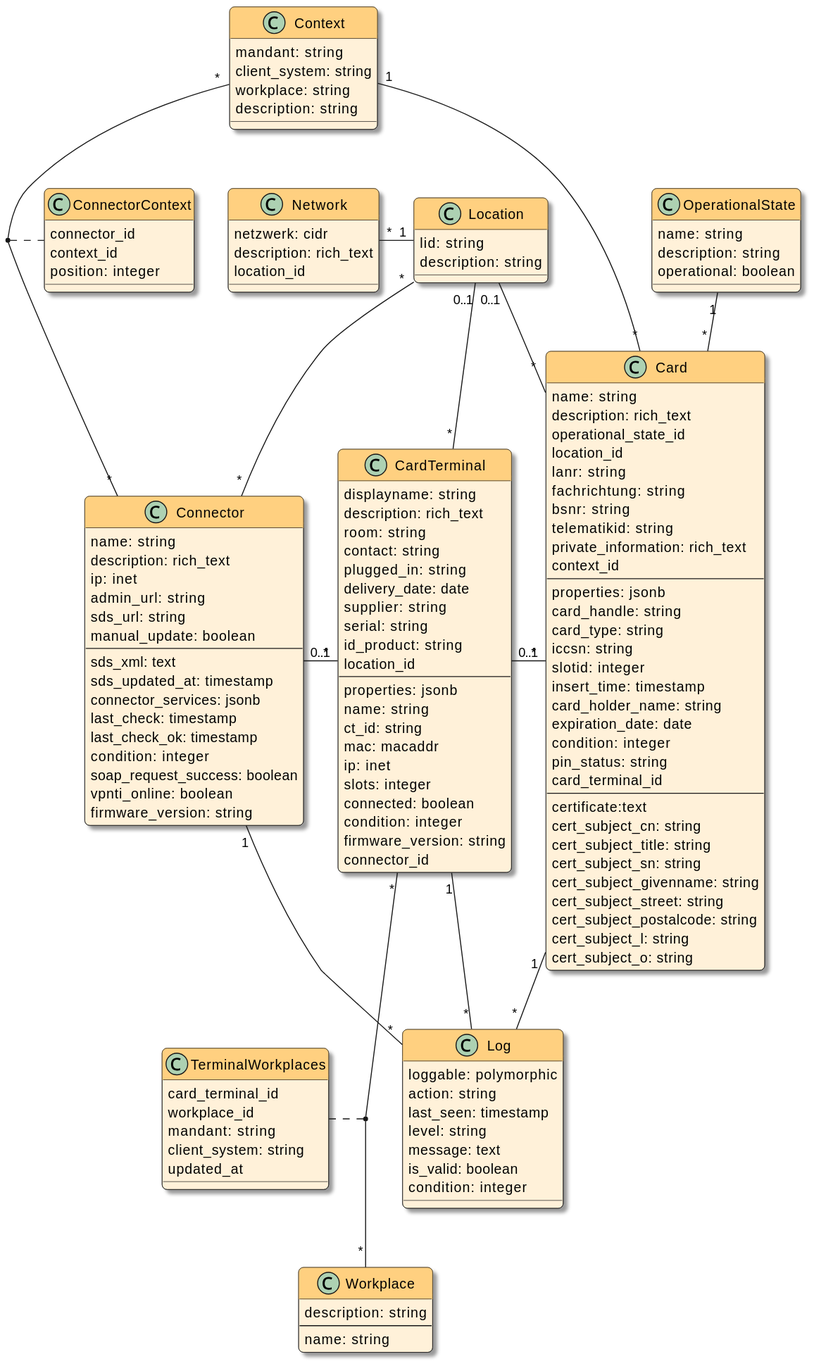
swobspace/cocard keeps this PlantUML diagram as docsrc/devnotes/modules/ROOT/images/models.svg. Above is the earlier version.
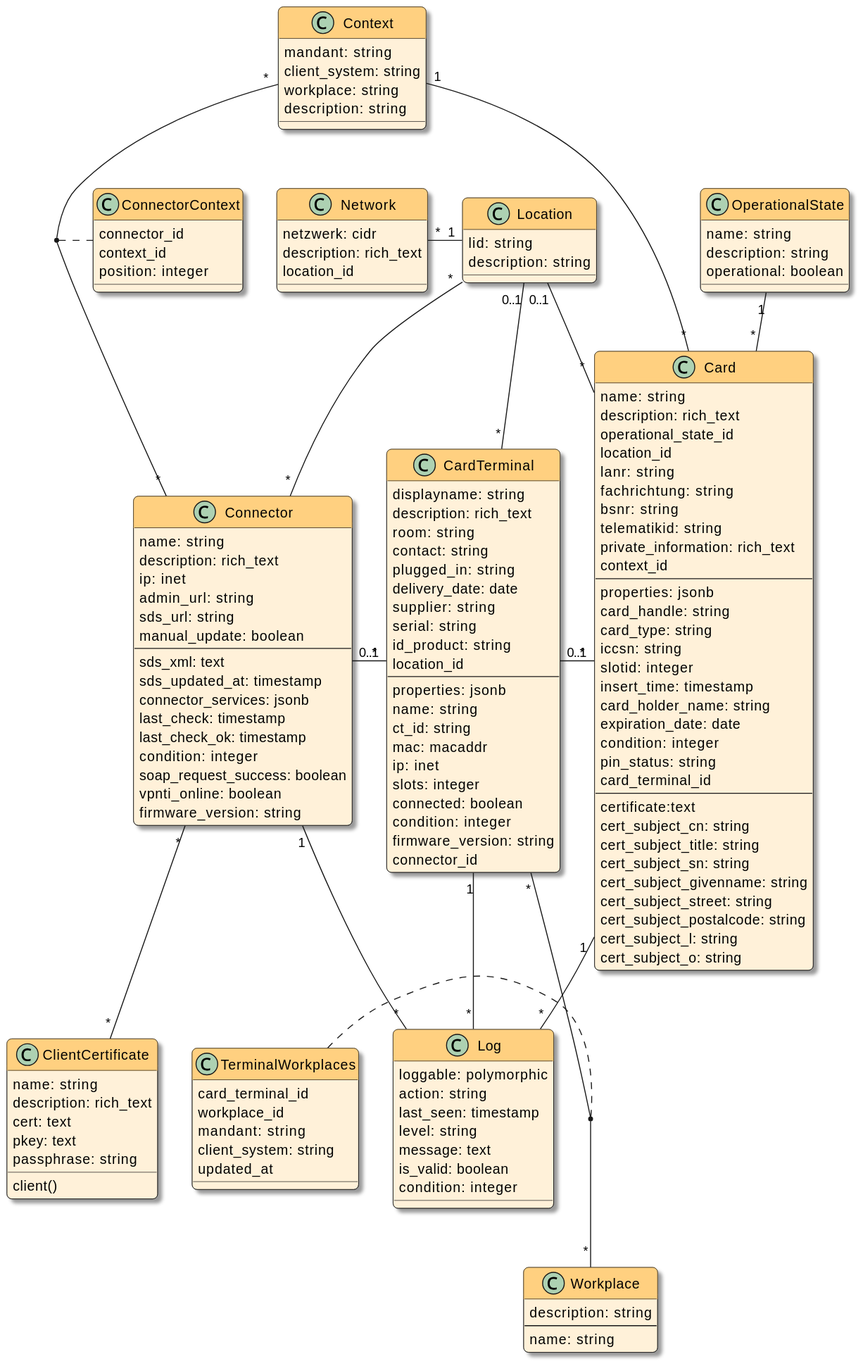
Later version of the same file.

Commit message:
preparing for client certificate

The edit, as a diff of the source:
```diff
@@ -133,6 +133,15 @@
   location_id
 }
 
+Class ClientCertificate {
+  name: string
+  description: rich_text
+  cert: text
+  pkey: text
+  passphrase: string
+  client()
+}
+
 Network "*" - "1" Location
 Location "*" -- "*" Connector
 Context "*" -- "*" Connector
@@ -149,4 +158,6 @@
 Connector "1" -- "*" Log
 CardTerminal "1" -- "*" Log
 Card "1" -- "*" Log
+
+Connector "*" -- "*" ClientCertificate
 @enduml
```
